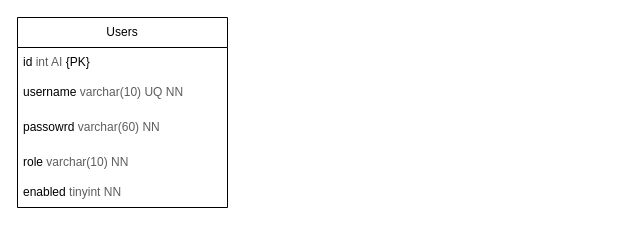
Earlier version of the draw.io diagram database er-modell/Database ER-model.drawio (moab01567/game). Source tidied: cells renumbered, new cells numbered last; positions are measured from the earlier drawing's top-left corner, leaving out a move shared by most shapes. Both pictures are drawn from the tidied source at 100%, with x=0, y=0 at pixel (17, 17).
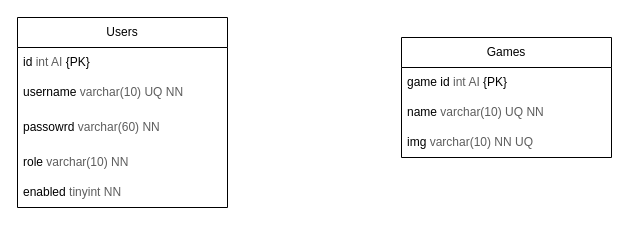
After the change.

Commit message:
created a game table

Diff of the diagram source:
```diff
@@
 <mxGraphModel>
   <root>
     <mxCell id="0" />
     <mxCell id="1" parent="0" />
     <mxCell id="2" value="Users" style="swimlane;fontStyle=0;horizontal=1;startSize=30;whiteSpace=wrap;html=1;" parent="1" vertex="1">
       <mxGeometry width="210" height="190" as="geometry" />
     </mxCell>
     <mxCell id="3" value="id&amp;nbsp;&lt;span style=&quot;color: rgb(94, 94, 94); -webkit-text-stroke-color: rgb(94, 94, 94); background-color: initial;&quot;&gt;int AI &lt;/span&gt;&lt;span style=&quot;background-color: initial;&quot;&gt;{PK}&lt;/span&gt;" style="text;strokeColor=none;fillColor=none;align=left;verticalAlign=middle;spacingLeft=4;spacingRight=4;overflow=hidden;whiteSpace=wrap;html=1;" parent="2" vertex="1">
       <mxGeometry y="30" width="210" height="30" as="geometry" />
     </mxCell>
     <mxCell id="4" value="username&amp;nbsp;&lt;span style=&quot;color: rgb(94, 94, 94); -webkit-text-stroke-color: rgb(94, 94, 94); background-color: initial;&quot;&gt;varchar(10) UQ NN&lt;/span&gt;" style="text;strokeColor=none;fillColor=none;align=left;verticalAlign=middle;spacingLeft=4;spacingRight=4;overflow=hidden;whiteSpace=wrap;html=1;" parent="2" vertex="1">
       <mxGeometry y="60" width="210" height="30" as="geometry" />
     </mxCell>
     <mxCell id="5" value="passowrd&amp;nbsp;&lt;span style=&quot;color: rgb(94, 94, 94); -webkit-text-stroke-color: rgb(94, 94, 94); background-color: initial;&quot;&gt;varchar(60)&lt;/span&gt;&lt;span style=&quot;color: rgb(94, 94, 94); -webkit-text-stroke-color: rgb(94, 94, 94);&quot;&gt;&amp;nbsp;NN&lt;/span&gt;" style="text;strokeColor=none;fillColor=none;align=left;verticalAlign=middle;spacingLeft=4;spacingRight=4;overflow=hidden;whiteSpace=wrap;html=1;" parent="2" vertex="1">
       <mxGeometry y="90" width="210" height="40" as="geometry" />
     </mxCell>
     <mxCell id="6" value="role&amp;nbsp;&lt;span style=&quot;color: rgb(94, 94, 94); -webkit-text-stroke-color: rgb(94, 94, 94); background-color: initial;&quot;&gt;varchar(10)&lt;/span&gt;&lt;span style=&quot;color: rgb(94, 94, 94); -webkit-text-stroke-color: rgb(94, 94, 94);&quot;&gt;&amp;nbsp;NN&lt;/span&gt;" style="text;strokeColor=none;fillColor=none;align=left;verticalAlign=middle;spacingLeft=4;spacingRight=4;overflow=hidden;whiteSpace=wrap;html=1;" parent="2" vertex="1">
       <mxGeometry y="130" width="210" height="30" as="geometry" />
     </mxCell>
     <mxCell id="7" value="enabled&amp;nbsp;&lt;span style=&quot;color: rgb(94, 94, 94); -webkit-text-stroke-color: rgb(94, 94, 94); background-color: initial;&quot;&gt;tinyint&lt;/span&gt;&lt;span style=&quot;color: rgb(94, 94, 94); -webkit-text-stroke-color: rgb(94, 94, 94);&quot;&gt;&amp;nbsp;NN&lt;/span&gt;" style="text;strokeColor=none;fillColor=none;align=left;verticalAlign=middle;spacingLeft=4;spacingRight=4;overflow=hidden;whiteSpace=wrap;html=1;" parent="2" vertex="1">
       <mxGeometry y="160" width="210" height="30" as="geometry" />
     </mxCell>
+    <mxCell id="8" value="Games" style="swimlane;fontStyle=0;horizontal=1;startSize=30;whiteSpace=wrap;html=1;" parent="1" vertex="1">
+      <mxGeometry x="384" y="20" width="210" height="120" as="geometry" />
+    </mxCell>
+    <mxCell id="9" value="&lt;span style=&quot;-webkit-text-stroke-color: rgb(94, 94, 94); background-color: initial;&quot;&gt;game id&amp;nbsp;&lt;/span&gt;&lt;span style=&quot;color: rgb(94, 94, 94); -webkit-text-stroke-color: rgb(94, 94, 94); background-color: initial;&quot;&gt;int AI &lt;/span&gt;&lt;span style=&quot;background-color: initial;&quot;&gt;{PK}&lt;/span&gt;" style="text;strokeColor=none;fillColor=none;align=left;verticalAlign=middle;spacingLeft=4;spacingRight=4;overflow=hidden;whiteSpace=wrap;html=1;" parent="8" vertex="1">
+      <mxGeometry y="30" width="210" height="30" as="geometry" />
+    </mxCell>
+    <mxCell id="10" value="name&amp;nbsp;&lt;span style=&quot;color: rgb(94, 94, 94); -webkit-text-stroke-color: rgb(94, 94, 94); background-color: initial;&quot;&gt;varchar(10) UQ NN&lt;/span&gt;" style="text;strokeColor=none;fillColor=none;align=left;verticalAlign=middle;spacingLeft=4;spacingRight=4;overflow=hidden;whiteSpace=wrap;html=1;" parent="8" vertex="1">
+      <mxGeometry y="60" width="210" height="30" as="geometry" />
+    </mxCell>
+    <mxCell id="11" value="img&amp;nbsp;&lt;span style=&quot;color: rgb(94, 94, 94); -webkit-text-stroke-color: rgb(94, 94, 94);&quot;&gt;varchar(10)&amp;nbsp;&lt;/span&gt;&lt;span style=&quot;color: rgb(94, 94, 94); -webkit-text-stroke-color: rgb(94, 94, 94);&quot;&gt;NN&amp;nbsp;&lt;/span&gt;&lt;span style=&quot;color: rgb(94, 94, 94); -webkit-text-stroke-color: rgb(94, 94, 94);&quot;&gt;UQ&lt;/span&gt;" style="text;strokeColor=none;fillColor=none;align=left;verticalAlign=middle;spacingLeft=4;spacingRight=4;overflow=hidden;whiteSpace=wrap;html=1;" parent="8" vertex="1">
+      <mxGeometry y="90" width="210" height="30" as="geometry" />
+    </mxCell>
   </root>
 </mxGraphModel>
```
